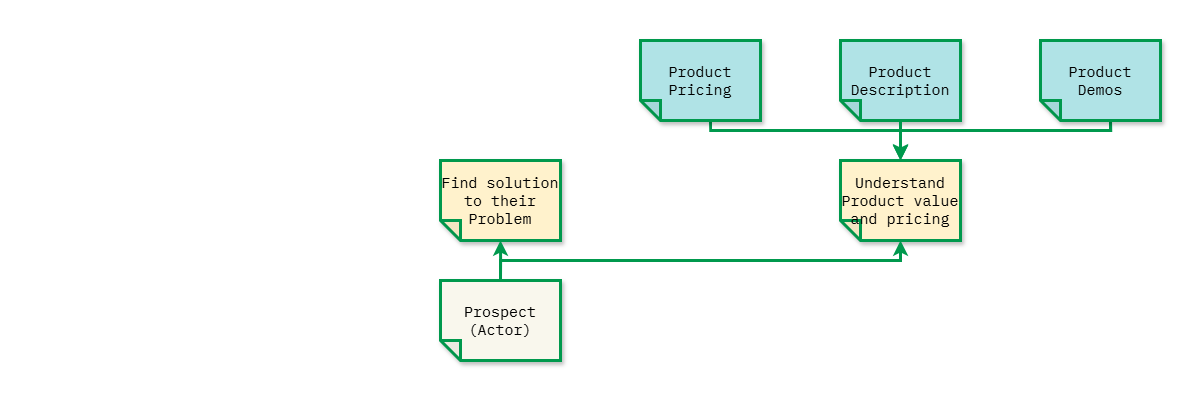
Above: chapter-06/figure-6.2.drawio.png in software-architecture-guild/modeling-software-architecture (draw.io), before the change. Source tidied: cells renumbered, new cells last; positions are measured from the earlier drawing's top-left corner, leaving out a move shared by most shapes.
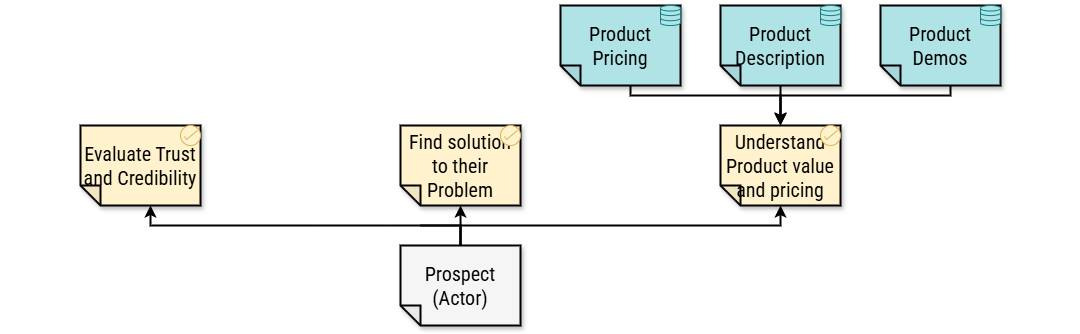
The same diagram one commit later.

The edit, as a diff of the source:
```diff
@@ -2,19 +2,22 @@
   <root>
     <mxCell id="0" />
     <mxCell id="1" parent="0" />
-    <mxCell id="2" style="rounded=0;whiteSpace=wrap;html=1;strokeColor=none;fillColor=default;" parent="1" vertex="1">
-      <mxGeometry width="1200" height="400" as="geometry" />
-    </mxCell>
+    <mxCell id="14" style="rounded=0;whiteSpace=wrap;html=1;strokeColor=none;fillColor=default;fontFamily=Roboto Condensed;fontSource=https%3A%2F%2Ffonts.googleapis.com%2Fcss%3Ffamily%3DRoboto%2BCondensed;fontSize=20;fontColor=#000000;" parent="1" vertex="1">
+      <mxGeometry x="80" y="40" width="1080" height="320" as="geometry" />
+    </mxCell>
-    <mxCell id="3" value="Prospect&lt;br&gt;(Actor)" style="shape=note;whiteSpace=wrap;html=1;backgroundOutline=1;darkOpacity=0.05;fillColor=#f9f7ed;strokeColor=#00994D;fillStyle=solid;direction=west;gradientDirection=north;shadow=1;size=20;fontFamily=IBM Plex Mono;fontSource=https%3A%2F%2Ffonts.googleapis.com%2Fcss%3Ffamily%3DIBM%2BPlex%2BMono;fontSize=15;strokeWidth=3;" parent="1" vertex="1">
-      <mxGeometry x="440" y="280" width="120" height="80" as="geometry" />
+    <mxCell id="3" value="Prospect&lt;br&gt;(Actor)" style="shape=note;whiteSpace=wrap;html=1;backgroundOutline=1;darkOpacity=0.05;fillStyle=solid;direction=west;gradientDirection=north;shadow=1;size=20;fontFamily=Roboto Condensed;fontSource=https%3A%2F%2Ffonts.googleapis.com%2Fcss%3Ffamily%3DRoboto%2BCondensed;fontSize=20;strokeColor=#000000;fillColor=#f5f5f5;fontColor=#000000;strokeWidth=2;" parent="1" vertex="1">
+      <mxGeometry x="480" y="280" width="120" height="80" as="geometry" />
     </mxCell>
-    <mxCell id="4" value="Find solution to their Problem" style="shape=note;whiteSpace=wrap;html=1;backgroundOutline=1;darkOpacity=0.05;fillColor=#fff2cc;strokeColor=#00994D;fillStyle=solid;direction=west;gradientDirection=north;shadow=1;size=20;fontFamily=IBM Plex Mono;fontSource=https%3A%2F%2Ffonts.googleapis.com%2Fcss%3Ffamily%3DIBM%2BPlex%2BMono;fontSize=15;strokeWidth=3;" parent="1" vertex="1">
-      <mxGeometry x="440" y="160" width="120" height="80" as="geometry" />
+    <mxCell id="4" value="Find solution to their Problem" style="shape=note;whiteSpace=wrap;html=1;backgroundOutline=1;darkOpacity=0.05;fillStyle=solid;direction=west;gradientDirection=north;shadow=1;size=20;fontFamily=Roboto Condensed;fontSource=https%3A%2F%2Ffonts.googleapis.com%2Fcss%3Ffamily%3DRoboto%2BCondensed;fontSize=20;fillColor=#fff2cc;strokeColor=#000000;fontColor=#000000;strokeWidth=2;" parent="1" vertex="1">
+      <mxGeometry x="480" y="160" width="120" height="80" as="geometry" />
     </mxCell>
-    <mxCell id="5" value="Understand Product value and pricing" style="shape=note;whiteSpace=wrap;html=1;backgroundOutline=1;darkOpacity=0.05;fillColor=#fff2cc;strokeColor=#00994D;fillStyle=solid;direction=west;gradientDirection=north;shadow=1;size=20;fontFamily=IBM Plex Mono;fontSource=https%3A%2F%2Ffonts.googleapis.com%2Fcss%3Ffamily%3DIBM%2BPlex%2BMono;fontSize=15;strokeWidth=3;" parent="1" vertex="1">
-      <mxGeometry x="840" y="160" width="120" height="80" as="geometry" />
+    <mxCell id="5" value="Understand Product value and pricing" style="shape=note;whiteSpace=wrap;html=1;backgroundOutline=1;darkOpacity=0.05;fillStyle=solid;direction=west;gradientDirection=north;shadow=1;size=20;fontFamily=Roboto Condensed;fontSource=https%3A%2F%2Ffonts.googleapis.com%2Fcss%3Ffamily%3DRoboto%2BCondensed;fontSize=20;fillColor=#fff2cc;strokeColor=#000000;fontColor=#000000;strokeWidth=2;" parent="1" vertex="1">
+      <mxGeometry x="800" y="160" width="120" height="80" as="geometry" />
     </mxCell>
+    <mxCell id="15" value="Evaluate Trust and Credibility" style="shape=note;whiteSpace=wrap;html=1;backgroundOutline=1;darkOpacity=0.05;fillStyle=solid;direction=west;gradientDirection=north;shadow=1;size=20;fontFamily=Roboto Condensed;fontSource=https%3A%2F%2Ffonts.googleapis.com%2Fcss%3Ffamily%3DRoboto%2BCondensed;fontSize=20;fillColor=#fff2cc;strokeColor=#000000;fontColor=#000000;strokeWidth=2;" parent="1" vertex="1">
+      <mxGeometry x="160" y="160" width="120" height="80" as="geometry" />
+    </mxCell>
-    <mxCell id="6" style="edgeStyle=orthogonalEdgeStyle;rounded=0;jettySize=auto;html=1;exitX=0.5;exitY=1;exitDx=0;exitDy=0;exitPerimeter=0;entryX=0.5;entryY=0;entryDx=0;entryDy=0;entryPerimeter=0;fontSize=15;strokeColor=#00994D;strokeWidth=3;" parent="1" edge="1" source="3" target="5">
+    <mxCell id="6" style="edgeStyle=orthogonalEdgeStyle;rounded=0;jettySize=auto;html=1;exitX=0.5;exitY=1;exitDx=0;exitDy=0;exitPerimeter=0;entryX=0.5;entryY=0;entryDx=0;entryDy=0;entryPerimeter=0;fontSize=20;fontFamily=Roboto Condensed;fontSource=https%3A%2F%2Ffonts.googleapis.com%2Fcss%3Ffamily%3DRoboto%2BCondensed;strokeColor=#000000;fontColor=#000000;strokeWidth=2;" parent="1" edge="1" source="3" target="5">
       <mxGeometry relative="1" as="geometry">
         <Array as="points">
           <mxPoint x="500" y="260" />
@@ -22,46 +25,67 @@
         </Array>
       </mxGeometry>
     </mxCell>
-    <mxCell id="7" value="Product Description" style="shape=note;whiteSpace=wrap;html=1;backgroundOutline=1;darkOpacity=0.05;fillColor=#b0e3e6;strokeColor=#00994D;fillStyle=solid;direction=west;gradientDirection=north;shadow=1;size=20;fontFamily=IBM Plex Mono;fontSource=https%3A%2F%2Ffonts.googleapis.com%2Fcss%3Ffamily%3DIBM%2BPlex%2BMono;fontSize=15;strokeWidth=3;" parent="1" vertex="1">
-      <mxGeometry x="840" y="40" width="120" height="80" as="geometry" />
+    <mxCell id="7" value="Product Description" style="shape=note;whiteSpace=wrap;html=1;backgroundOutline=1;darkOpacity=0.05;fillStyle=solid;direction=west;gradientDirection=north;shadow=1;size=20;fontFamily=Roboto Condensed;fontSource=https%3A%2F%2Ffonts.googleapis.com%2Fcss%3Ffamily%3DRoboto%2BCondensed;fontSize=20;fillColor=#b0e3e6;strokeColor=#000000;fontColor=#000000;strokeWidth=2;" parent="1" vertex="1">
+      <mxGeometry x="800" y="40" width="120" height="80" as="geometry" />
     </mxCell>
-    <mxCell id="8" style="edgeStyle=orthogonalEdgeStyle;rounded=0;jettySize=auto;html=1;fontSize=15;exitX=0;exitY=0;exitDx=50.00000000000001;exitDy=0;exitPerimeter=0;strokeColor=#00994D;strokeWidth=3;" parent="1" edge="1" source="9">
+    <mxCell id="8" style="edgeStyle=orthogonalEdgeStyle;rounded=0;jettySize=auto;html=1;fontSize=20;exitX=0;exitY=0;exitDx=50.00000000000001;exitDy=0;exitPerimeter=0;fontFamily=Roboto Condensed;fontSource=https%3A%2F%2Ffonts.googleapis.com%2Fcss%3Ffamily%3DRoboto%2BCondensed;strokeColor=#000000;fontColor=#000000;strokeWidth=2;" parent="1" edge="1" source="9">
       <mxGeometry relative="1" as="geometry">
-        <mxPoint x="900" y="159" as="targetPoint" />
+        <mxPoint x="860" y="159" as="targetPoint" />
         <Array as="points">
-          <mxPoint x="1110" y="130" />
-          <mxPoint x="900" y="130" />
+          <mxPoint x="1030" y="130" />
+          <mxPoint x="860" y="130" />
         </Array>
       </mxGeometry>
     </mxCell>
-    <mxCell id="9" value="Product&lt;br&gt;Demos" style="shape=note;whiteSpace=wrap;html=1;backgroundOutline=1;darkOpacity=0.05;fillColor=#b0e3e6;strokeColor=#00994D;fillStyle=solid;direction=west;gradientDirection=north;shadow=1;size=20;fontFamily=IBM Plex Mono;fontSource=https%3A%2F%2Ffonts.googleapis.com%2Fcss%3Ffamily%3DIBM%2BPlex%2BMono;fontSize=15;strokeWidth=3;" parent="1" vertex="1">
-      <mxGeometry x="1040" y="40" width="120" height="80" as="geometry" />
+    <mxCell id="9" value="Product&lt;br&gt;Demos" style="shape=note;whiteSpace=wrap;html=1;backgroundOutline=1;darkOpacity=0.05;fillStyle=solid;direction=west;gradientDirection=north;shadow=1;size=20;fontFamily=Roboto Condensed;fontSource=https%3A%2F%2Ffonts.googleapis.com%2Fcss%3Ffamily%3DRoboto%2BCondensed;fontSize=20;fillColor=#b0e3e6;strokeColor=#000000;fontColor=#000000;strokeWidth=2;" parent="1" vertex="1">
+      <mxGeometry x="960" y="40" width="120" height="80" as="geometry" />
     </mxCell>
-    <mxCell id="10" style="edgeStyle=orthogonalEdgeStyle;rounded=0;jettySize=auto;html=1;exitX=0;exitY=0;exitDx=50;exitDy=0;exitPerimeter=0;entryX=0.5;entryY=1;entryDx=0;entryDy=0;entryPerimeter=0;fontSize=15;strokeColor=#00994D;strokeWidth=3;" parent="1" edge="1" source="11" target="5">
+    <mxCell id="10" style="edgeStyle=orthogonalEdgeStyle;rounded=0;jettySize=auto;html=1;exitX=0;exitY=0;exitDx=50;exitDy=0;exitPerimeter=0;entryX=0.5;entryY=1;entryDx=0;entryDy=0;entryPerimeter=0;fontSize=20;fontFamily=Roboto Condensed;fontSource=https%3A%2F%2Ffonts.googleapis.com%2Fcss%3Ffamily%3DRoboto%2BCondensed;strokeColor=#000000;fontColor=#000000;strokeWidth=2;" parent="1" edge="1" source="11" target="5">
       <mxGeometry relative="1" as="geometry">
         <Array as="points">
           <mxPoint x="710" y="130" />
-          <mxPoint x="900" y="130" />
+          <mxPoint x="860" y="130" />
         </Array>
       </mxGeometry>
     </mxCell>
-    <mxCell id="11" value="Product Pricing" style="shape=note;whiteSpace=wrap;html=1;backgroundOutline=1;darkOpacity=0.05;fillColor=#b0e3e6;strokeColor=#00994D;fillStyle=solid;direction=west;gradientDirection=north;shadow=1;size=20;fontFamily=IBM Plex Mono;fontSource=https%3A%2F%2Ffonts.googleapis.com%2Fcss%3Ffamily%3DIBM%2BPlex%2BMono;fontSize=15;strokeWidth=3;" parent="1" vertex="1">
+    <mxCell id="11" value="Product Pricing" style="shape=note;whiteSpace=wrap;html=1;backgroundOutline=1;darkOpacity=0.05;fillStyle=solid;direction=west;gradientDirection=north;shadow=1;size=20;fontFamily=Roboto Condensed;fontSource=https%3A%2F%2Ffonts.googleapis.com%2Fcss%3Ffamily%3DRoboto%2BCondensed;fontSize=20;fillColor=#b0e3e6;strokeColor=#000000;fontColor=#000000;strokeWidth=2;" parent="1" vertex="1">
       <mxGeometry x="640" y="40" width="120" height="80" as="geometry" />
     </mxCell>
-    <mxCell id="12" style="edgeStyle=orthogonalEdgeStyle;rounded=0;jettySize=auto;html=1;exitX=0.5;exitY=0;exitDx=0;exitDy=0;exitPerimeter=0;entryX=0.5;entryY=1;entryDx=0;entryDy=0;entryPerimeter=0;fontSize=15;strokeColor=#00994D;strokeWidth=3;" parent="1" edge="1" source="7" target="5">
+    <mxCell id="12" style="edgeStyle=orthogonalEdgeStyle;rounded=0;jettySize=auto;html=1;exitX=0.5;exitY=0;exitDx=0;exitDy=0;exitPerimeter=0;entryX=0.5;entryY=1;entryDx=0;entryDy=0;entryPerimeter=0;fontSize=20;fontFamily=Roboto Condensed;fontSource=https%3A%2F%2Ffonts.googleapis.com%2Fcss%3Ffamily%3DRoboto%2BCondensed;strokeColor=#000000;fontColor=#000000;strokeWidth=2;" parent="1" edge="1" source="7" target="5">
       <mxGeometry relative="1" as="geometry">
         <Array as="points">
-          <mxPoint x="900" y="120" />
+          <mxPoint x="860" y="120" />
         </Array>
       </mxGeometry>
     </mxCell>
-    <mxCell id="13" style="edgeStyle=orthogonalEdgeStyle;rounded=0;jettySize=auto;html=1;exitX=0.5;exitY=1;exitDx=0;exitDy=0;exitPerimeter=0;entryX=0.5;entryY=0;entryDx=0;entryDy=0;entryPerimeter=0;fontSize=15;strokeColor=#00994D;strokeWidth=3;" parent="1" edge="1" source="3" target="4">
+    <mxCell id="13" style="edgeStyle=orthogonalEdgeStyle;rounded=0;jettySize=auto;html=1;exitX=0.5;exitY=1;exitDx=0;exitDy=0;exitPerimeter=0;entryX=0.5;entryY=0;entryDx=0;entryDy=0;entryPerimeter=0;fontSize=20;fontFamily=Roboto Condensed;fontSource=https%3A%2F%2Ffonts.googleapis.com%2Fcss%3Ffamily%3DRoboto%2BCondensed;strokeColor=#000000;fontColor=#000000;strokeWidth=2;" parent="1" edge="1" source="3" target="4">
       <mxGeometry relative="1" as="geometry">
         <Array as="points">
-          <mxPoint x="500" y="260" />
-          <mxPoint x="500" y="260" />
+          <mxPoint x="540" y="260" />
+          <mxPoint x="540" y="260" />
         </Array>
       </mxGeometry>
     </mxCell>
+    <mxCell id="16" style="edgeStyle=orthogonalEdgeStyle;rounded=0;jettySize=auto;html=1;entryX=0;entryY=0;entryDx=50;entryDy=0;entryPerimeter=0;fontSize=20;exitX=0.5;exitY=1;exitDx=0;exitDy=0;exitPerimeter=0;fontFamily=Roboto Condensed;fontSource=https%3A%2F%2Ffonts.googleapis.com%2Fcss%3Ffamily%3DRoboto%2BCondensed;strokeColor=#000000;fontColor=#000000;strokeWidth=2;" parent="1" edge="1" source="3" target="15">
+      <mxGeometry relative="1" as="geometry" />
+    </mxCell>
+    <mxCell id="17" style="html=1;verticalLabelPosition=bottom;align=center;labelBackgroundColor=#ffffff;verticalAlign=top;strokeWidth=1;shadow=0;dashed=0;shape=mxgraph.ios7.icons.data;fillColor=#b0e3e6;strokeColor=#0e8088;fontFamily=Roboto Condensed;fontSource=https%3A%2F%2Ffonts.googleapis.com%2Fcss%3Ffamily%3DRoboto%2BCondensed;fontSize=20;fontColor=#000000;" parent="1" vertex="1">
+      <mxGeometry x="740" y="40" width="20" height="20" as="geometry" />
+    </mxCell>
+    <mxCell id="18" style="html=1;verticalLabelPosition=bottom;align=center;labelBackgroundColor=#ffffff;verticalAlign=top;strokeWidth=1;shadow=0;dashed=0;shape=mxgraph.ios7.icons.data;fillColor=#b0e3e6;strokeColor=#0e8088;fontFamily=Roboto Condensed;fontSource=https%3A%2F%2Ffonts.googleapis.com%2Fcss%3Ffamily%3DRoboto%2BCondensed;fontSize=20;fontColor=#000000;" parent="1" vertex="1">
+      <mxGeometry x="900" y="40" width="20" height="20" as="geometry" />
+    </mxCell>
+    <mxCell id="19" style="html=1;verticalLabelPosition=bottom;align=center;labelBackgroundColor=#ffffff;verticalAlign=top;strokeWidth=1;shadow=0;dashed=0;shape=mxgraph.ios7.icons.data;fillColor=#b0e3e6;strokeColor=#0e8088;fontFamily=Roboto Condensed;fontSource=https%3A%2F%2Ffonts.googleapis.com%2Fcss%3Ffamily%3DRoboto%2BCondensed;fontSize=20;fontColor=#000000;" parent="1" vertex="1">
+      <mxGeometry x="1060" y="40" width="20" height="20" as="geometry" />
+    </mxCell>
+    <mxCell id="20" style="html=1;verticalLabelPosition=bottom;align=center;labelBackgroundColor=#ffffff;verticalAlign=top;strokeWidth=1;shadow=0;dashed=0;shape=mxgraph.ios7.icons.select;fillColor=#fff2cc;strokeColor=#d6b656;fontFamily=Roboto Condensed;fontSource=https%3A%2F%2Ffonts.googleapis.com%2Fcss%3Ffamily%3DRoboto%2BCondensed;fontSize=20;fontColor=#000000;" parent="1" vertex="1">
+      <mxGeometry x="260" y="160" width="20" height="20" as="geometry" />
+    </mxCell>
+    <mxCell id="21" style="html=1;verticalLabelPosition=bottom;align=center;labelBackgroundColor=#ffffff;verticalAlign=top;strokeWidth=1;shadow=0;dashed=0;shape=mxgraph.ios7.icons.select;fillColor=#fff2cc;strokeColor=#d6b656;fontFamily=Roboto Condensed;fontSource=https%3A%2F%2Ffonts.googleapis.com%2Fcss%3Ffamily%3DRoboto%2BCondensed;fontSize=20;fontColor=#000000;" parent="1" vertex="1">
+      <mxGeometry x="580" y="160" width="20" height="20" as="geometry" />
+    </mxCell>
+    <mxCell id="22" style="html=1;verticalLabelPosition=bottom;align=center;labelBackgroundColor=#ffffff;verticalAlign=top;strokeWidth=1;shadow=0;dashed=0;shape=mxgraph.ios7.icons.select;fillColor=#fff2cc;strokeColor=#d6b656;fontFamily=Roboto Condensed;fontSource=https%3A%2F%2Ffonts.googleapis.com%2Fcss%3Ffamily%3DRoboto%2BCondensed;fontSize=20;fontColor=#000000;" parent="1" vertex="1">
+      <mxGeometry x="900" y="160" width="20" height="20" as="geometry" />
+    </mxCell>
   </root>
 </mxGraphModel>
```
